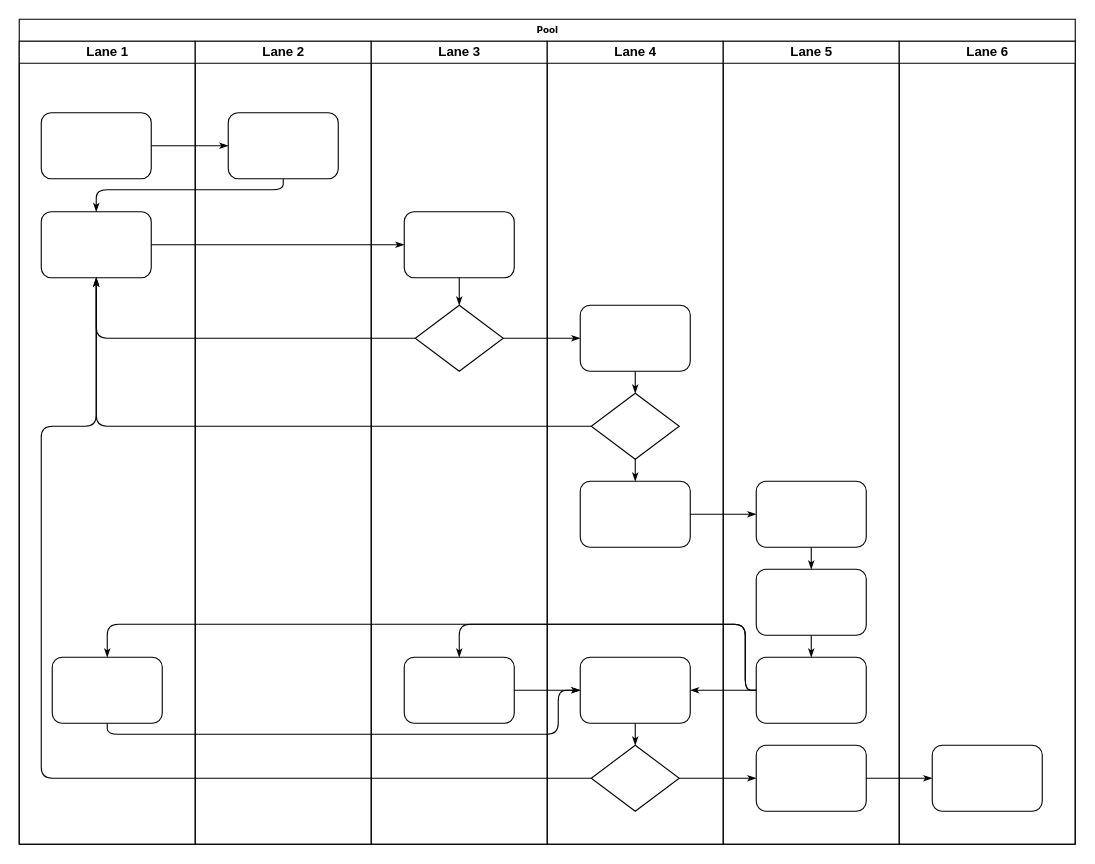
The draw.io diagram bo_alloc_map.drawio in samwyi/test, before the edit. Source tidied: cells renumbered, new cells numbered last; positions are measured from the earlier drawing's top-left corner, leaving out a move shared by most shapes. Both pictures are drawn from the tidied source at 110%, with x=0, y=0 at pixel (19, 19).
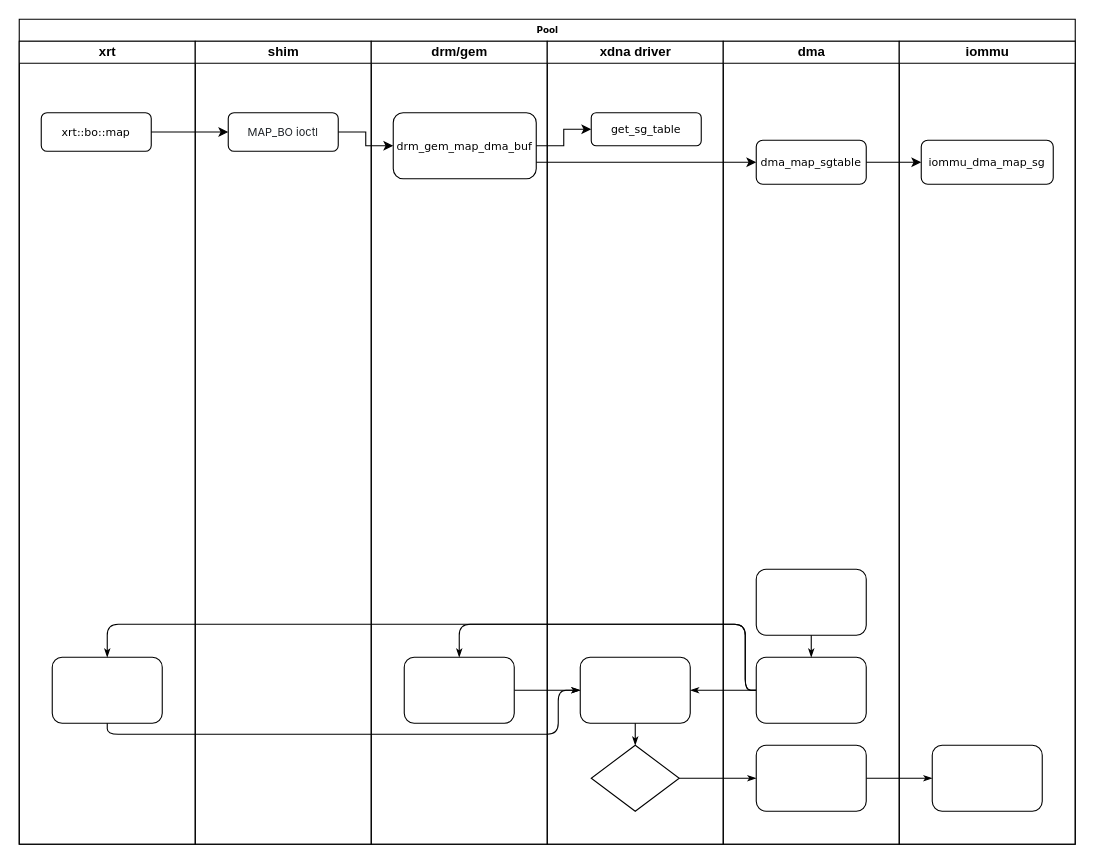
Above is the later version.

Unchanged cells that the change refers to:
```xml
<mxCell id="2" value="Pool" style="swimlane;html=1;startSize=20;rounded=0;shadow=0;labelBackgroundColor=none;strokeWidth=1;fontFamily=Verdana;fontSize=8;align=center;" parent="1" vertex="1">
  <mxGeometry width="960" height="750" as="geometry" />
</mxCell>
<mxCell id="34" style="rhombus;whiteSpace=wrap;html=1;rounded=0;shadow=0;labelBackgroundColor=none;strokeWidth=1;fontFamily=Verdana;fontSize=8;align=center;" parent="29" vertex="1">
  <mxGeometry x="40" y="640" width="80" height="60" as="geometry" />
</mxCell>
<mxCell id="40" style="rounded=1;whiteSpace=wrap;html=1;shadow=0;labelBackgroundColor=none;strokeWidth=1;fontFamily=Verdana;fontSize=8;align=center;" parent="38" vertex="1">
  <mxGeometry x="30" y="480" width="100" height="60" as="geometry" />
</mxCell>
```

The edit, as a diff of the source:
```diff
@@
-    <mxCell id="3" value="Lane 1" style="swimlane;html=1;startSize=20;" parent="2" vertex="1">
+    <mxCell id="3" value="xrt" style="swimlane;html=1;startSize=20;" parent="2" vertex="1">
       <mxGeometry y="20" width="160" height="730" as="geometry" />
     </mxCell>
-    <mxCell id="4" style="rounded=1;whiteSpace=wrap;html=1;shadow=0;labelBackgroundColor=none;strokeWidth=1;fontFamily=Verdana;fontSize=8;align=center;" parent="3" vertex="1">
-      <mxGeometry x="20" y="65" width="100" height="60" as="geometry" />
+    <mxCell id="4" value="xrt::bo::map" style="rounded=1;whiteSpace=wrap;html=1;shadow=0;labelBackgroundColor=none;strokeWidth=1;fontFamily=Verdana;fontSize=10;align=center;" parent="3" vertex="1">
+      <mxGeometry x="20" y="65" width="100" height="35" as="geometry" />
     </mxCell>
-    <mxCell id="5" style="rounded=1;whiteSpace=wrap;html=1;shadow=0;labelBackgroundColor=none;strokeWidth=1;fontFamily=Verdana;fontSize=8;align=center;" parent="3" vertex="1">
-      <mxGeometry x="20" y="155" width="100" height="60" as="geometry" />
-    </mxCell>
@@
-    <mxCell id="7" style="edgeStyle=orthogonalEdgeStyle;rounded=1;html=1;labelBackgroundColor=none;startArrow=none;startFill=0;startSize=5;endArrow=classicThin;endFill=1;endSize=5;jettySize=auto;strokeWidth=1;fontFamily=Verdana;fontSize=8;" parent="2" edge="1" source="4" target="23">
-      <mxGeometry relative="1" as="geometry" />
-    </mxCell>
-    <mxCell id="8" style="edgeStyle=orthogonalEdgeStyle;rounded=1;html=1;labelBackgroundColor=none;startArrow=none;startFill=0;startSize=5;endArrow=classicThin;endFill=1;endSize=5;jettySize=auto;strokeWidth=1;fontFamily=Verdana;fontSize=8;" parent="2" edge="1" source="23" target="5">
-      <mxGeometry relative="1" as="geometry">
-        <Array as="points">
-          <mxPoint x="240" y="155" />
-          <mxPoint x="70" y="155" />
-        </Array>
-      </mxGeometry>
-    </mxCell>
-    <mxCell id="9" style="edgeStyle=orthogonalEdgeStyle;rounded=1;html=1;labelBackgroundColor=none;startArrow=none;startFill=0;startSize=5;endArrow=classicThin;endFill=1;endSize=5;jettySize=auto;strokeWidth=1;fontFamily=Verdana;fontSize=8;" parent="2" edge="1" source="5" target="25">
-      <mxGeometry relative="1" as="geometry" />
-    </mxCell>
-    <mxCell id="10" style="edgeStyle=orthogonalEdgeStyle;rounded=1;html=1;labelBackgroundColor=none;startArrow=none;startFill=0;startSize=5;endArrow=classicThin;endFill=1;endSize=5;jettySize=auto;strokeWidth=1;fontFamily=Verdana;fontSize=8;" parent="2" edge="1" source="26" target="5">
-      <mxGeometry relative="1" as="geometry" />
-    </mxCell>
-    <mxCell id="11" style="edgeStyle=orthogonalEdgeStyle;rounded=1;html=1;labelBackgroundColor=none;startArrow=none;startFill=0;startSize=5;endArrow=classicThin;endFill=1;endSize=5;jettySize=auto;strokeWidth=1;fontFamily=Verdana;fontSize=8;" parent="2" edge="1" source="31" target="5">
-      <mxGeometry relative="1" as="geometry" />
-    </mxCell>
-    <mxCell id="12" style="edgeStyle=orthogonalEdgeStyle;rounded=1;html=1;labelBackgroundColor=none;startArrow=none;startFill=0;startSize=5;endArrow=classicThin;endFill=1;endSize=5;jettySize=auto;strokeWidth=1;fontFamily=Verdana;fontSize=8;" parent="2" edge="1" source="34" target="5">
-      <mxGeometry relative="1" as="geometry">
-        <Array as="points">
-          <mxPoint x="20" y="690" />
-          <mxPoint x="20" y="370" />
-          <mxPoint x="70" y="370" />
-        </Array>
-      </mxGeometry>
-    </mxCell>
-    <mxCell id="13" style="edgeStyle=orthogonalEdgeStyle;rounded=1;html=1;labelBackgroundColor=none;startArrow=none;startFill=0;startSize=5;endArrow=classicThin;endFill=1;endSize=5;jettySize=auto;strokeWidth=1;fontFamily=Verdana;fontSize=8;" parent="2" edge="1" source="26" target="30">
-      <mxGeometry relative="1" as="geometry" />
-    </mxCell>
@@
-    <mxCell id="16" style="edgeStyle=orthogonalEdgeStyle;rounded=1;html=1;labelBackgroundColor=none;startArrow=none;startFill=0;startSize=5;endArrow=classicThin;endFill=1;endSize=5;jettySize=auto;strokeWidth=1;fontFamily=Verdana;fontSize=8;" parent="2" edge="1" source="32" target="39">
-      <mxGeometry relative="1" as="geometry" />
-    </mxCell>
@@
-    <mxCell id="22" value="Lane 2" style="swimlane;html=1;startSize=20;" parent="2" vertex="1">
+    <mxCell id="22" value="shim" style="swimlane;html=1;startSize=20;" parent="2" vertex="1">
       <mxGeometry x="160" y="20" width="160" height="730" as="geometry" />
     </mxCell>
-    <mxCell id="23" style="rounded=1;whiteSpace=wrap;html=1;shadow=0;labelBackgroundColor=none;strokeWidth=1;fontFamily=Verdana;fontSize=8;align=center;" parent="22" vertex="1">
-      <mxGeometry x="30" y="65" width="100" height="60" as="geometry" />
+    <mxCell id="23" value="&lt;span style=&quot;color: rgb(31, 35, 40); font-family: -apple-system, BlinkMacSystemFont, &amp;quot;Segoe UI&amp;quot;, &amp;quot;Noto Sans&amp;quot;, Helvetica, Arial, sans-serif, &amp;quot;Apple Color Emoji&amp;quot;, &amp;quot;Segoe UI Emoji&amp;quot;; text-align: left; background-color: rgb(255, 255, 255);&quot;&gt;MAP_BO ioctl&lt;/span&gt;" style="rounded=1;whiteSpace=wrap;html=1;shadow=0;labelBackgroundColor=none;strokeWidth=1;fontFamily=Verdana;fontSize=10;align=center;" parent="22" vertex="1">
+      <mxGeometry x="30" y="65" width="100" height="35" as="geometry" />
     </mxCell>
-    <mxCell id="24" value="Lane 3" style="swimlane;html=1;startSize=20;" parent="2" vertex="1">
+    <mxCell id="24" value="drm/gem" style="swimlane;html=1;startSize=20;" parent="2" vertex="1">
       <mxGeometry x="320" y="20" width="160" height="730" as="geometry" />
     </mxCell>
-    <mxCell id="25" style="rounded=1;whiteSpace=wrap;html=1;shadow=0;labelBackgroundColor=none;strokeWidth=1;fontFamily=Verdana;fontSize=8;align=center;" parent="24" vertex="1">
-      <mxGeometry x="30" y="155" width="100" height="60" as="geometry" />
-    </mxCell>
-    <mxCell id="26" style="rhombus;whiteSpace=wrap;html=1;rounded=0;shadow=0;labelBackgroundColor=none;strokeWidth=1;fontFamily=Verdana;fontSize=8;align=center;" parent="24" vertex="1">
-      <mxGeometry x="40" y="240" width="80" height="60" as="geometry" />
-    </mxCell>
@@
-    <mxCell id="28" style="edgeStyle=orthogonalEdgeStyle;rounded=1;html=1;labelBackgroundColor=none;startArrow=none;startFill=0;startSize=5;endArrow=classicThin;endFill=1;endSize=5;jettySize=auto;strokeWidth=1;fontFamily=Verdana;fontSize=8;" parent="24" edge="1" source="25" target="26">
-      <mxGeometry relative="1" as="geometry" />
-    </mxCell>
+    <mxCell id="5" value="&lt;span style=&quot;font-size: 10px;&quot;&gt;drm_gem_map_dma_buf&lt;/span&gt;" style="rounded=1;whiteSpace=wrap;html=1;shadow=0;labelBackgroundColor=none;strokeWidth=1;fontFamily=Verdana;fontSize=8;align=center;" parent="24" vertex="1">
+      <mxGeometry x="20" y="65" width="130" height="60" as="geometry" />
+    </mxCell>
-    <mxCell id="29" value="Lane 4" style="swimlane;html=1;startSize=20;" parent="2" vertex="1">
+    <mxCell id="29" value="xdna driver" style="swimlane;html=1;startSize=20;" parent="2" vertex="1">
       <mxGeometry x="480" y="20" width="160" height="730" as="geometry" />
     </mxCell>
-    <mxCell id="30" style="rounded=1;whiteSpace=wrap;html=1;shadow=0;labelBackgroundColor=none;strokeWidth=1;fontFamily=Verdana;fontSize=8;align=center;" parent="29" vertex="1">
-      <mxGeometry x="30" y="240" width="100" height="60" as="geometry" />
-    </mxCell>
-    <mxCell id="31" style="rhombus;whiteSpace=wrap;html=1;rounded=0;shadow=0;labelBackgroundColor=none;strokeWidth=1;fontFamily=Verdana;fontSize=8;align=center;" parent="29" vertex="1">
-      <mxGeometry x="40" y="320" width="80" height="60" as="geometry" />
-    </mxCell>
-    <mxCell id="32" style="rounded=1;whiteSpace=wrap;html=1;shadow=0;labelBackgroundColor=none;strokeWidth=1;fontFamily=Verdana;fontSize=8;align=center;" parent="29" vertex="1">
-      <mxGeometry x="30" y="400" width="100" height="60" as="geometry" />
-    </mxCell>
@@
-    <mxCell id="35" style="edgeStyle=orthogonalEdgeStyle;rounded=1;html=1;labelBackgroundColor=none;startArrow=none;startFill=0;startSize=5;endArrow=classicThin;endFill=1;endSize=5;jettySize=auto;strokeColor=#000000;strokeWidth=1;fontFamily=Verdana;fontSize=8;fontColor=#000000;" parent="29" edge="1" source="30" target="31">
-      <mxGeometry relative="1" as="geometry" />
-    </mxCell>
-    <mxCell id="36" style="edgeStyle=orthogonalEdgeStyle;rounded=1;html=1;labelBackgroundColor=none;startArrow=none;startFill=0;startSize=5;endArrow=classicThin;endFill=1;endSize=5;jettySize=auto;strokeWidth=1;fontFamily=Verdana;fontSize=8;" parent="29" edge="1" source="31" target="32">
-      <mxGeometry relative="1" as="geometry" />
-    </mxCell>
@@
+    <mxCell id="39" value="get_sg_table" style="rounded=1;whiteSpace=wrap;html=1;shadow=0;labelBackgroundColor=none;strokeWidth=1;fontFamily=Verdana;fontSize=10;align=center;" parent="29" vertex="1">
+      <mxGeometry x="40" y="65" width="100" height="30" as="geometry" />
+    </mxCell>
-    <mxCell id="38" value="Lane 5" style="swimlane;html=1;startSize=20;" parent="2" vertex="1">
+    <mxCell id="38" value="dma" style="swimlane;html=1;startSize=20;" parent="2" vertex="1">
       <mxGeometry x="640" y="20" width="160" height="730" as="geometry" />
     </mxCell>
-    <mxCell id="39" style="rounded=1;whiteSpace=wrap;html=1;shadow=0;labelBackgroundColor=none;strokeWidth=1;fontFamily=Verdana;fontSize=8;align=center;" parent="38" vertex="1">
-      <mxGeometry x="30" y="400" width="100" height="60" as="geometry" />
-    </mxCell>
@@
-    <mxCell id="43" style="edgeStyle=orthogonalEdgeStyle;rounded=1;html=1;labelBackgroundColor=none;startArrow=none;startFill=0;startSize=5;endArrow=classicThin;endFill=1;endSize=5;jettySize=auto;strokeWidth=1;fontFamily=Verdana;fontSize=8;" parent="38" edge="1" source="39" target="40">
-      <mxGeometry relative="1" as="geometry" />
-    </mxCell>
@@
+    <mxCell id="32" value="dma_map_sgtable" style="rounded=1;whiteSpace=wrap;html=1;shadow=0;labelBackgroundColor=none;strokeWidth=1;fontFamily=Verdana;fontSize=10;align=center;" parent="38" vertex="1">
+      <mxGeometry x="30" y="90" width="100" height="40" as="geometry" />
+    </mxCell>
-    <mxCell id="45" value="Lane 6" style="swimlane;html=1;startSize=20;" parent="2" vertex="1">
+    <mxCell id="45" value="iommu" style="swimlane;html=1;startSize=20;" parent="2" vertex="1">
       <mxGeometry x="800" y="20" width="160" height="730" as="geometry" />
     </mxCell>
@@
+    <mxCell id="30" value="iommu_dma_map_sg" style="rounded=1;whiteSpace=wrap;html=1;shadow=0;labelBackgroundColor=none;strokeWidth=1;fontFamily=Verdana;fontSize=10;align=center;" parent="45" vertex="1">
+      <mxGeometry x="20" y="90" width="120" height="40" as="geometry" />
+    </mxCell>
+    <mxCell id="47" style="edgeStyle=orthogonalEdgeStyle;rounded=0;jettySize=auto;html=1;exitX=1;exitY=0.5;exitDx=0;exitDy=0;entryX=0;entryY=0.5;entryDx=0;entryDy=0;" parent="2" edge="1" source="32" target="30">
+      <mxGeometry relative="1" as="geometry" />
+    </mxCell>
+    <mxCell id="8" style="edgeStyle=orthogonalEdgeStyle;rounded=0;jettySize=auto;html=1;exitX=1;exitY=0.5;exitDx=0;exitDy=0;entryX=0;entryY=0.5;entryDx=0;entryDy=0;" parent="2" edge="1" source="23" target="5">
+      <mxGeometry relative="1" as="geometry" />
+    </mxCell>
+    <mxCell id="48" style="edgeStyle=orthogonalEdgeStyle;rounded=0;jettySize=auto;html=1;exitX=1;exitY=0.5;exitDx=0;exitDy=0;entryX=0;entryY=0.5;entryDx=0;entryDy=0;" parent="2" edge="1" source="5" target="39">
+      <mxGeometry relative="1" as="geometry" />
+    </mxCell>
+    <mxCell id="49" style="edgeStyle=orthogonalEdgeStyle;rounded=0;jettySize=auto;html=1;exitX=1;exitY=0.75;exitDx=0;exitDy=0;entryX=0;entryY=0.5;entryDx=0;entryDy=0;" parent="2" edge="1" source="5" target="32">
+      <mxGeometry relative="1" as="geometry" />
+    </mxCell>
+    <mxCell id="7" style="edgeStyle=orthogonalEdgeStyle;rounded=0;jettySize=auto;html=1;exitX=1;exitY=0.5;exitDx=0;exitDy=0;entryX=0;entryY=0.5;entryDx=0;entryDy=0;" parent="2" edge="1" source="4" target="23">
+      <mxGeometry relative="1" as="geometry" />
+    </mxCell>
```
